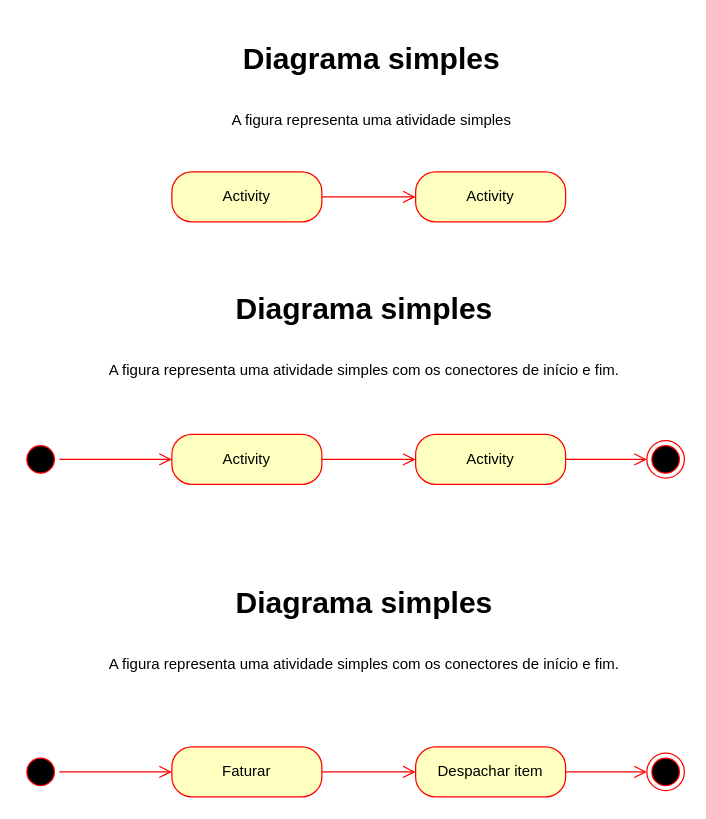
luiscarlosjunior/aulas-graduacao keeps this draw.io diagram as page "Exemplo simples atividade" (1 of 7) of Outros/POO UML/Aula 3/Diagrama de atividades.drawio. Above is the earlier version. Source tidied: cells renumbered, new cells numbered last; positions are measured from the earlier drawing's top-left corner, leaving out a move shared by most shapes. Both pictures are drawn from the tidied source at 125%, with x=0, y=0 at pixel (21, 34).
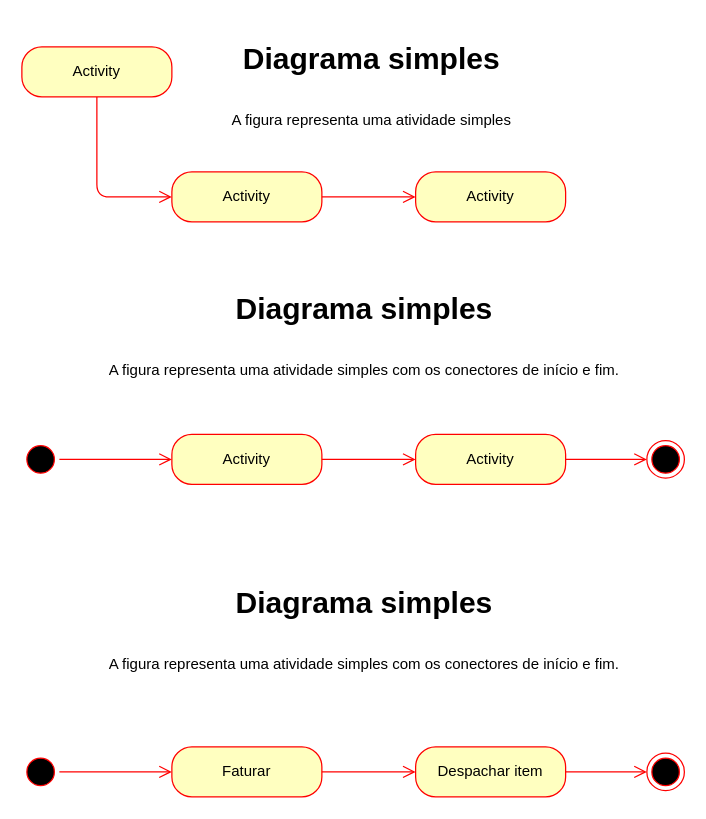
Above is the later version.

The change refers to these unchanged cells:
```xml
<mxCell id="16" value="Activity" style="rounded=1;whiteSpace=wrap;html=1;arcSize=40;fontColor=#000000;fillColor=#ffffc0;strokeColor=#ff0000;" parent="1" vertex="1">
  <mxGeometry x="120" y="110" width="120" height="40" as="geometry" />
</mxCell>
```

Change to the diagram source:
```diff
@@
+    <mxCell id="22" value="Activity" style="rounded=1;whiteSpace=wrap;html=1;arcSize=40;fontColor=#000000;fillColor=#ffffc0;strokeColor=#ff0000;" parent="1" vertex="1">
+      <mxGeometry y="10" width="120" height="40" as="geometry" />
+    </mxCell>
+    <mxCell id="23" style="edgeStyle=orthogonalEdgeStyle;html=1;verticalAlign=bottom;endArrow=open;endSize=8;strokeColor=#ff0000;entryX=0;entryY=0.5;entryDx=0;entryDy=0;" parent="1" edge="1" source="22" target="16">
+      <mxGeometry relative="1" as="geometry" />
+    </mxCell>
```
